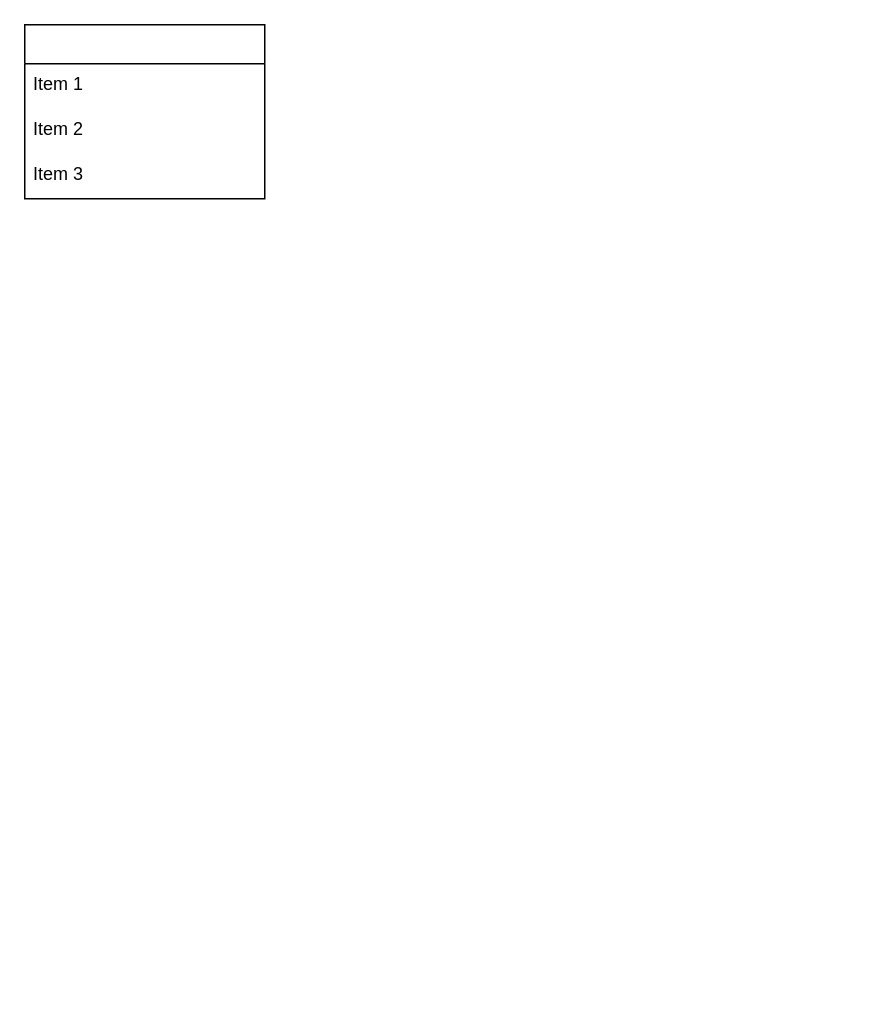
Before: furima-39678.dio in Naoya-kitamoto/furima-39678, a draw.io diagram. Source tidied: cells renumbered, new cells numbered last; positions are measured from the earlier drawing's top-left corner, leaving out a move shared by most shapes. Both pictures are drawn from the tidied source at 150%, with x=0, y=0 at pixel (24, 24).
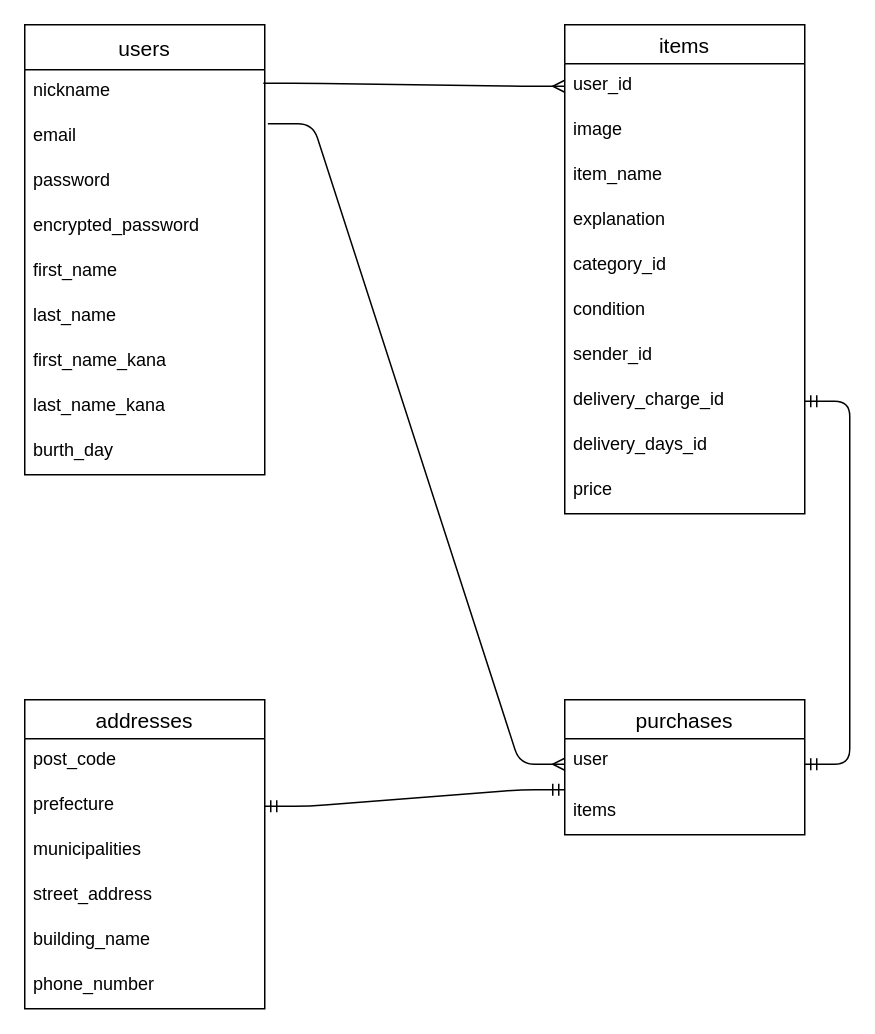
The same page after the edit.

Commit message (it also covers changes not shown here):
データベースの設計

Diff of the diagram source:
```diff
@@
-    <mxCell id="2" style="swimlane;fontStyle=0;horizontal=1;startSize=26;align=center;fontSize=14;" parent="1" vertex="1">
-      <mxGeometry width="160" height="116" as="geometry" />
+    <mxCell id="2" value="users" style="swimlane;fontStyle=0;horizontal=1;startSize=30;align=center;fontSize=14;" parent="1" vertex="1">
+      <mxGeometry width="160" height="300" as="geometry" />
     </mxCell>
-    <mxCell id="3" value="Item 1" style="text;strokeColor=none;fillColor=none;spacingLeft=4;spacingRight=4;overflow=hidden;points=[[0,0.5],[1,0.5]];portConstraint=eastwest;fontSize=12;" parent="2" vertex="1">
-      <mxGeometry y="26" width="160" height="30" as="geometry" />
+    <mxCell id="3" value="nickname" style="text;strokeColor=none;fillColor=none;spacingLeft=4;spacingRight=4;overflow=hidden;points=[[0,0.5],[1,0.5]];portConstraint=eastwest;fontSize=12;" parent="2" vertex="1">
+      <mxGeometry y="30" width="160" height="30" as="geometry" />
     </mxCell>
-    <mxCell id="4" value="Item 2" style="text;strokeColor=none;fillColor=none;spacingLeft=4;spacingRight=4;overflow=hidden;fontSize=12;" parent="2" vertex="1">
-      <mxGeometry y="56" width="160" height="30" as="geometry" />
-    </mxCell>
-    <mxCell id="5" value="Item 3" style="text;strokeColor=none;fillColor=none;spacingLeft=4;spacingRight=4;overflow=hidden;points=[[0,0.5],[1,0.5]];portConstraint=eastwest;fontSize=12;" parent="2" vertex="1">
-      <mxGeometry y="86" width="160" height="30" as="geometry" />
+    <mxCell id="5" value="email" style="text;strokeColor=none;fillColor=none;spacingLeft=4;spacingRight=4;overflow=hidden;points=[[0,0.5],[1,0.5]];portConstraint=eastwest;fontSize=12;" parent="2" vertex="1">
+      <mxGeometry y="60" width="160" height="30" as="geometry" />
     </mxCell>
+    <mxCell id="6" value="password" style="text;strokeColor=none;fillColor=none;spacingLeft=4;spacingRight=4;overflow=hidden;fontSize=12;" parent="2" vertex="1">
+      <mxGeometry y="90" width="160" height="30" as="geometry" />
+    </mxCell>
+    <mxCell id="7" value="encrypted_password" style="text;strokeColor=none;fillColor=none;spacingLeft=4;spacingRight=4;overflow=hidden;fontSize=12;" parent="2" vertex="1">
+      <mxGeometry y="120" width="160" height="30" as="geometry" />
+    </mxCell>
+    <mxCell id="8" value="first_name" style="text;strokeColor=none;fillColor=none;spacingLeft=4;spacingRight=4;overflow=hidden;fontSize=12;" parent="2" vertex="1">
+      <mxGeometry y="150" width="160" height="30" as="geometry" />
+    </mxCell>
+    <mxCell id="9" value="last_name" style="text;strokeColor=none;fillColor=none;spacingLeft=4;spacingRight=4;overflow=hidden;fontSize=12;" parent="2" vertex="1">
+      <mxGeometry y="180" width="160" height="30" as="geometry" />
+    </mxCell>
+    <mxCell id="10" value="first_name_kana" style="text;strokeColor=none;fillColor=none;spacingLeft=4;spacingRight=4;overflow=hidden;fontSize=12;" parent="2" vertex="1">
+      <mxGeometry y="210" width="160" height="30" as="geometry" />
+    </mxCell>
+    <mxCell id="11" value="last_name_kana" style="text;strokeColor=none;fillColor=none;spacingLeft=4;spacingRight=4;overflow=hidden;fontSize=12;" parent="2" vertex="1">
+      <mxGeometry y="240" width="160" height="30" as="geometry" />
+    </mxCell>
+    <mxCell id="12" value="burth_day" style="text;strokeColor=none;fillColor=none;spacingLeft=4;spacingRight=4;overflow=hidden;fontSize=12;" parent="2" vertex="1">
+      <mxGeometry y="270" width="160" height="30" as="geometry" />
+    </mxCell>
+    <mxCell id="13" value="items" style="swimlane;fontStyle=0;horizontal=1;startSize=26;align=center;fontSize=14;" parent="1" vertex="1">
+      <mxGeometry x="360" width="160" height="326" as="geometry" />
+    </mxCell>
+    <mxCell id="14" value="user_id" style="text;strokeColor=none;fillColor=none;spacingLeft=4;spacingRight=4;overflow=hidden;fontSize=12;" parent="13" vertex="1">
+      <mxGeometry y="26" width="160" height="30" as="geometry" />
+    </mxCell>
+    <mxCell id="15" value="image" style="text;strokeColor=none;fillColor=none;spacingLeft=4;spacingRight=4;overflow=hidden;fontSize=12;" parent="13" vertex="1">
+      <mxGeometry y="56" width="160" height="30" as="geometry" />
+    </mxCell>
+    <mxCell id="16" value="item_name" style="text;strokeColor=none;fillColor=none;spacingLeft=4;spacingRight=4;overflow=hidden;fontSize=12;" parent="13" vertex="1">
+      <mxGeometry y="86" width="160" height="30" as="geometry" />
+    </mxCell>
+    <mxCell id="17" value="explanation" style="text;strokeColor=none;fillColor=none;spacingLeft=4;spacingRight=4;overflow=hidden;fontSize=12;" parent="13" vertex="1">
+      <mxGeometry y="116" width="160" height="30" as="geometry" />
+    </mxCell>
+    <mxCell id="18" value="category_id" style="text;strokeColor=none;fillColor=none;spacingLeft=4;spacingRight=4;overflow=hidden;fontSize=12;" parent="13" vertex="1">
+      <mxGeometry y="146" width="160" height="30" as="geometry" />
+    </mxCell>
+    <mxCell id="19" value="condition" style="text;strokeColor=none;fillColor=none;spacingLeft=4;spacingRight=4;overflow=hidden;fontSize=12;" parent="13" vertex="1">
+      <mxGeometry y="176" width="160" height="30" as="geometry" />
+    </mxCell>
+    <mxCell id="20" value="sender_id" style="text;strokeColor=none;fillColor=none;spacingLeft=4;spacingRight=4;overflow=hidden;fontSize=12;" parent="13" vertex="1">
+      <mxGeometry y="206" width="160" height="30" as="geometry" />
+    </mxCell>
+    <mxCell id="21" value="delivery_charge_id" style="text;strokeColor=none;fillColor=none;spacingLeft=4;spacingRight=4;overflow=hidden;points=[[0,0.5],[1,0.5]];portConstraint=eastwest;fontSize=12;" parent="13" vertex="1">
+      <mxGeometry y="236" width="160" height="30" as="geometry" />
+    </mxCell>
+    <mxCell id="22" value="delivery_days_id" style="text;strokeColor=none;fillColor=none;spacingLeft=4;spacingRight=4;overflow=hidden;fontSize=12;" parent="13" vertex="1">
+      <mxGeometry y="266" width="160" height="30" as="geometry" />
+    </mxCell>
+    <mxCell id="23" value="price" style="text;strokeColor=none;fillColor=none;spacingLeft=4;spacingRight=4;overflow=hidden;fontSize=12;" parent="13" vertex="1">
+      <mxGeometry y="296" width="160" height="30" as="geometry" />
+    </mxCell>
+    <mxCell id="24" style="edgeStyle=entityRelationEdgeStyle;fontSize=12;html=1;endArrow=ERmany;entryX=0;entryY=0.5;entryDx=0;entryDy=0;exitX=0.994;exitY=0.3;exitDx=0;exitDy=0;exitPerimeter=0;" parent="1" edge="1" source="3">
+      <mxGeometry relative="1" as="geometry">
+        <mxPoint x="360" y="41" as="targetPoint" />
+      </mxGeometry>
+    </mxCell>
+    <mxCell id="25" value="addresses" style="swimlane;fontStyle=0;horizontal=1;startSize=26;align=center;fontSize=14;" parent="1" vertex="1">
+      <mxGeometry y="450" width="160" height="206" as="geometry" />
+    </mxCell>
+    <mxCell id="26" value="post_code" style="text;strokeColor=none;fillColor=none;spacingLeft=4;spacingRight=4;overflow=hidden;fontSize=12;" parent="25" vertex="1">
+      <mxGeometry y="26" width="160" height="30" as="geometry" />
+    </mxCell>
+    <mxCell id="27" value="prefecture" style="text;strokeColor=none;fillColor=none;spacingLeft=4;spacingRight=4;overflow=hidden;points=[[0,0.5],[1,0.5]];portConstraint=eastwest;fontSize=12;" parent="25" vertex="1">
+      <mxGeometry y="56" width="160" height="30" as="geometry" />
+    </mxCell>
+    <mxCell id="28" value="municipalities" style="text;strokeColor=none;fillColor=none;spacingLeft=4;spacingRight=4;overflow=hidden;fontSize=12;" parent="25" vertex="1">
+      <mxGeometry y="86" width="160" height="30" as="geometry" />
+    </mxCell>
+    <mxCell id="29" value="street_address" style="text;strokeColor=none;fillColor=none;spacingLeft=4;spacingRight=4;overflow=hidden;fontSize=12;" parent="25" vertex="1">
+      <mxGeometry y="116" width="160" height="30" as="geometry" />
+    </mxCell>
+    <mxCell id="30" value="building_name" style="text;strokeColor=none;fillColor=none;spacingLeft=4;spacingRight=4;overflow=hidden;fontSize=12;" parent="25" vertex="1">
+      <mxGeometry y="146" width="160" height="30" as="geometry" />
+    </mxCell>
+    <mxCell id="31" value="phone_number" style="text;strokeColor=none;fillColor=none;spacingLeft=4;spacingRight=4;overflow=hidden;fontSize=12;" parent="25" vertex="1">
+      <mxGeometry y="176" width="160" height="30" as="geometry" />
+    </mxCell>
+    <mxCell id="32" value="purchases" style="swimlane;fontStyle=0;horizontal=1;startSize=26;align=center;fontSize=14;" parent="1" vertex="1">
+      <mxGeometry x="360" y="450" width="160" height="90" as="geometry" />
+    </mxCell>
+    <mxCell id="33" value="user" style="text;strokeColor=none;fillColor=none;spacingLeft=4;spacingRight=4;overflow=hidden;points=[[0,0.5],[1,0.5]];portConstraint=eastwest;fontSize=12;" parent="32" vertex="1">
+      <mxGeometry y="26" width="160" height="34" as="geometry" />
+    </mxCell>
+    <mxCell id="34" value="items" style="text;strokeColor=none;fillColor=none;spacingLeft=4;spacingRight=4;overflow=hidden;fontSize=12;" parent="32" vertex="1">
+      <mxGeometry y="60" width="160" height="30" as="geometry" />
+    </mxCell>
+    <mxCell id="35" style="edgeStyle=entityRelationEdgeStyle;fontSize=12;html=1;endArrow=ERmany;exitX=1.013;exitY=0.2;exitDx=0;exitDy=0;exitPerimeter=0;" parent="1" edge="1" source="5" target="33">
+      <mxGeometry relative="1" as="geometry" />
+    </mxCell>
+    <mxCell id="36" style="edgeStyle=entityRelationEdgeStyle;fontSize=12;html=1;endArrow=ERmandOne;startArrow=ERmandOne;entryX=0;entryY=1;entryDx=0;entryDy=0;entryPerimeter=0;exitX=1;exitY=0.5;exitDx=0;exitDy=0;" parent="1" edge="1" source="27" target="33">
+      <mxGeometry relative="1" as="geometry" />
+    </mxCell>
+    <mxCell id="37" style="edgeStyle=entityRelationEdgeStyle;fontSize=12;html=1;endArrow=ERmandOne;startArrow=ERmandOne;exitX=1;exitY=0.5;exitDx=0;exitDy=0;" parent="1" edge="1" source="33" target="21">
+      <mxGeometry relative="1" as="geometry" />
+    </mxCell>
```
